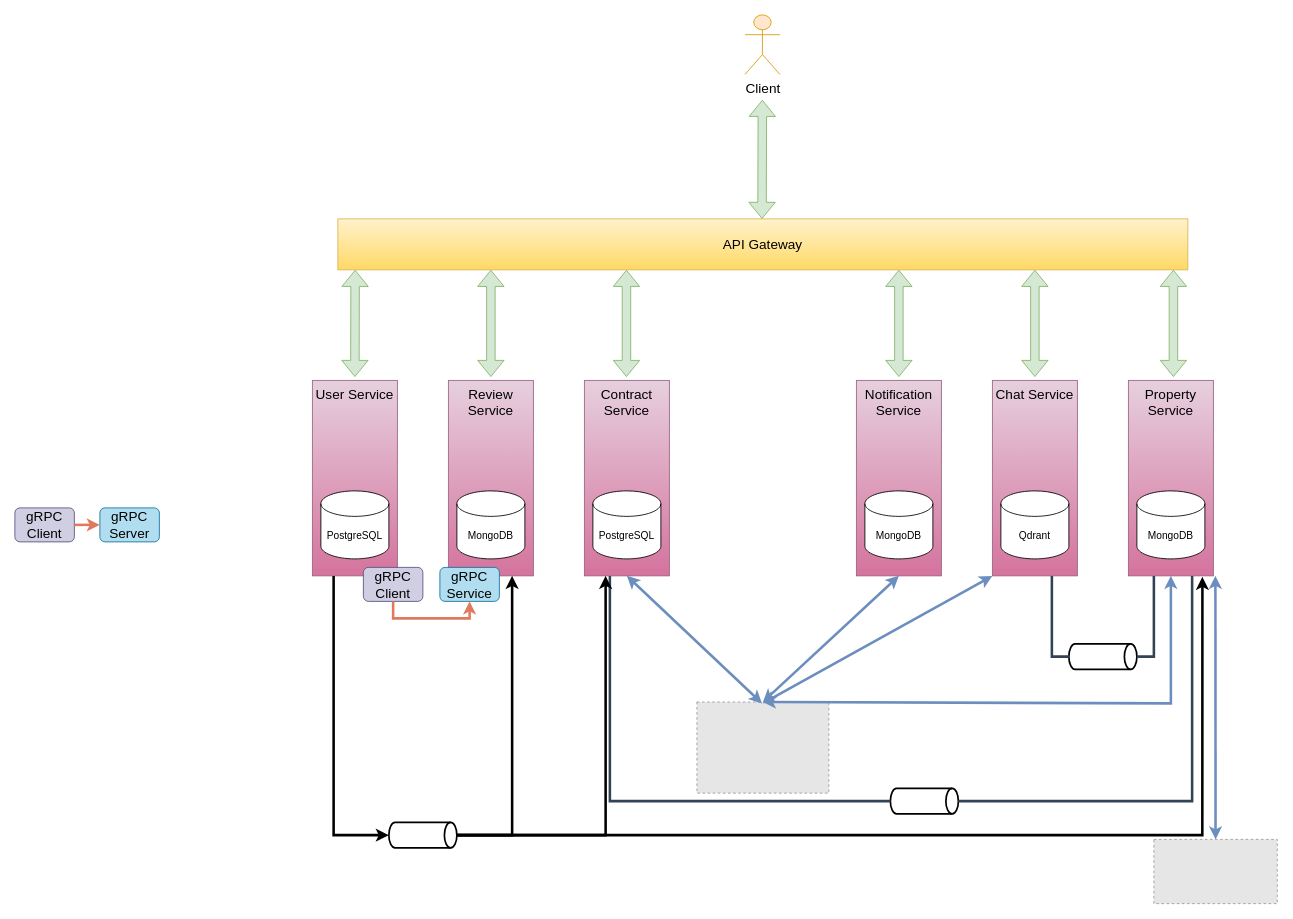
thaoanhhaa1/kltn-backend keeps this draw.io diagram as docs/KLTN_Architecture.drawio. Above is the earlier version. Source tidied: cells renumbered, new cells numbered last; positions are measured from the earlier drawing's top-left corner, leaving out a move shared by most shapes. Both pictures are drawn from the tidied source at 85%, with x=0, y=0 at pixel (14, 14). Pictures stored in the file or linked from it are replaced by grey dashed boxes.
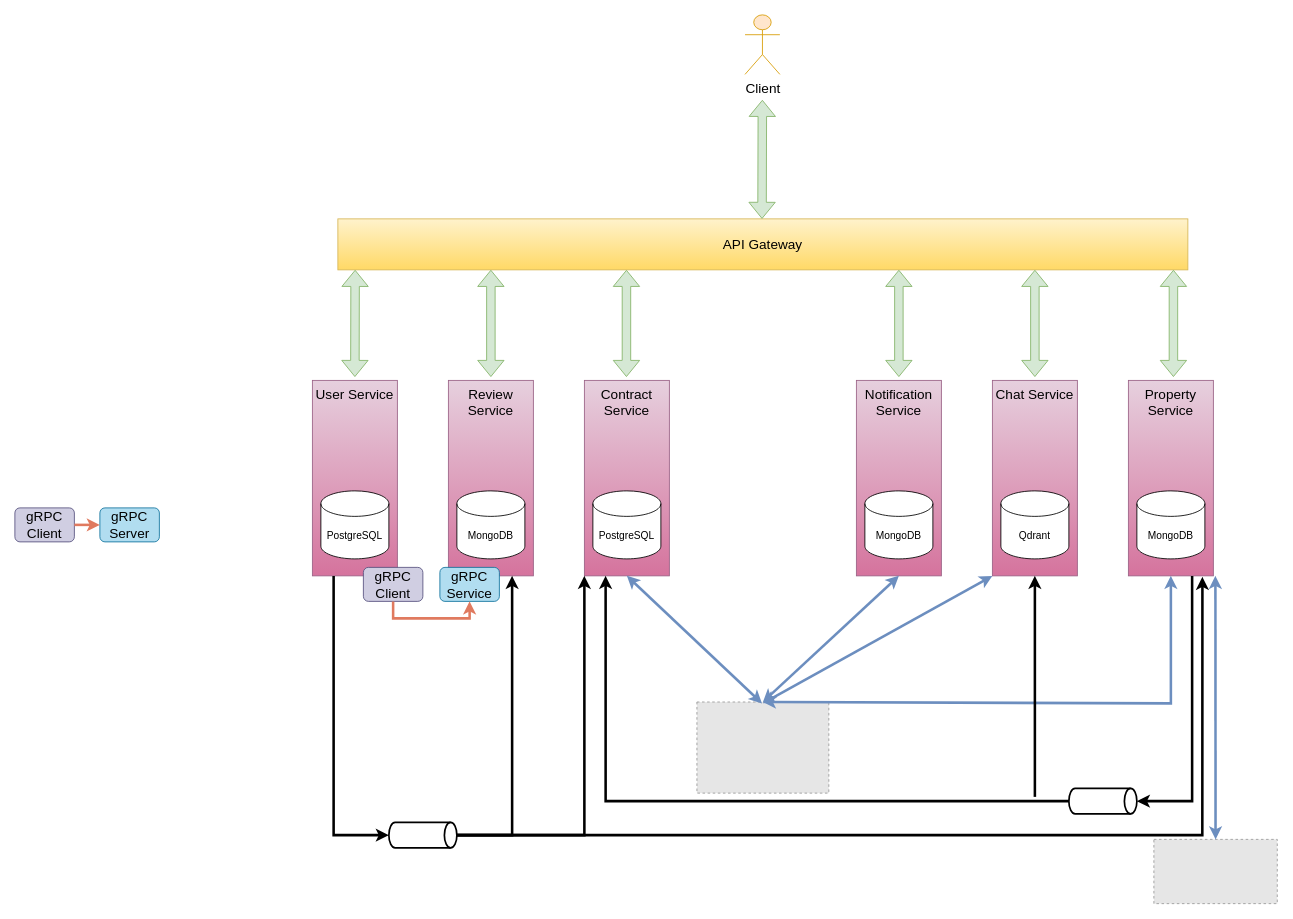
The same page after the edit.

The change refers to these unchanged cells:
```xml
<mxCell id="13" value="Contract Service" style="rounded=0;whiteSpace=wrap;html=1;strokeColor=#996185;fillColor=#e6d0de;fontSize=16;horizontal=1;verticalAlign=top;gradientColor=#d5739d;" parent="1" vertex="1">
  <mxGeometry x="670" y="430" width="100" height="230" as="geometry" />
</mxCell>
<mxCell id="14" value="Chat Service" style="rounded=0;whiteSpace=wrap;html=1;strokeColor=#996185;fillColor=#e6d0de;fontSize=16;horizontal=1;verticalAlign=top;gradientColor=#d5739d;" parent="1" vertex="1">
  <mxGeometry x="1150" y="430" width="100" height="230" as="geometry" />
</mxCell>
<mxCell id="15" value="Property Service" style="rounded=0;whiteSpace=wrap;html=1;strokeColor=#996185;fillColor=#e6d0de;fontSize=16;horizontal=1;verticalAlign=top;gradientColor=#d5739d;" parent="1" vertex="1">
  <mxGeometry x="1310" y="430" width="100" height="230" as="geometry" />
</mxCell>
<mxCell id="36" style="strokeWidth=2;html=1;shape=mxgraph.flowchart.direct_data;whiteSpace=wrap;" parent="1" vertex="1">
  <mxGeometry x="440" y="950" width="80" height="30" as="geometry" />
</mxCell>
```

What changed in the source:
```diff
@@
-    <mxCell id="37" style="strokeWidth=2;html=1;shape=mxgraph.flowchart.direct_data;whiteSpace=wrap;" parent="1" vertex="1">
-      <mxGeometry x="1240" y="740" width="80" height="30" as="geometry" />
-    </mxCell>
-    <mxCell id="38" style="endArrow=none;html=1;rounded=0;strokeWidth=3;entryX=0.75;entryY=1;entryDx=0;entryDy=0;fillColor=#647687;strokeColor=#314354;exitX=1;exitY=0.5;exitDx=0;exitDy=0;exitPerimeter=0;" parent="1" edge="1" source="37">
-      <mxGeometry relative="1" as="geometry">
-        <mxPoint x="1340" y="660" as="targetPoint" />
-        <Array as="points">
-          <mxPoint x="1340" y="755" />
-        </Array>
-      </mxGeometry>
-    </mxCell>
-    <mxCell id="39" style="endArrow=none;html=1;rounded=0;strokeWidth=3;entryX=0.75;entryY=1;entryDx=0;entryDy=0;fillColor=#647687;strokeColor=#314354;exitX=0;exitY=0.5;exitDx=0;exitDy=0;exitPerimeter=0;" parent="1" edge="1" source="37">
-      <mxGeometry relative="1" as="geometry">
-        <mxPoint x="1220" y="660" as="targetPoint" />
-        <Array as="points">
-          <mxPoint x="1220" y="755" />
-        </Array>
-      </mxGeometry>
-    </mxCell>
     <mxCell id="40" style="strokeWidth=2;html=1;shape=mxgraph.flowchart.direct_data;whiteSpace=wrap;" parent="1" vertex="1">
-      <mxGeometry x="1030" y="910" width="80" height="30" as="geometry" />
+      <mxGeometry x="1240" y="910" width="80" height="30" as="geometry" />
     </mxCell>
-    <mxCell id="41" style="endArrow=none;html=1;rounded=0;strokeWidth=3;fillColor=#647687;strokeColor=#314354;exitX=0;exitY=0.5;exitDx=0;exitDy=0;exitPerimeter=0;" parent="1" edge="1" source="40">
-      <mxGeometry relative="1" as="geometry">
-        <mxPoint x="700" y="660" as="targetPoint" />
-        <Array as="points">
-          <mxPoint x="700" y="925" />
-        </Array>
-      </mxGeometry>
-    </mxCell>
-    <mxCell id="42" style="endArrow=none;html=1;rounded=0;strokeWidth=3;fillColor=#647687;strokeColor=#314354;exitX=1;exitY=0.5;exitDx=0;exitDy=0;exitPerimeter=0;entryX=0.75;entryY=1;entryDx=0;entryDy=0;" parent="1" edge="1" source="40" target="15">
-      <mxGeometry relative="1" as="geometry">
-        <Array as="points">
-          <mxPoint x="1385" y="925" />
-        </Array>
-      </mxGeometry>
-    </mxCell>
@@
-    <mxCell id="45" style="endArrow=classic;html=1;rounded=0;strokeWidth=3;exitX=1;exitY=0.5;exitDx=0;exitDy=0;entryX=0.25;entryY=1;entryDx=0;entryDy=0;exitPerimeter=0;" parent="1" edge="1" source="36" target="13">
+    <mxCell id="45" style="endArrow=classic;html=1;rounded=0;strokeWidth=3;exitX=1;exitY=0.5;exitDx=0;exitDy=0;entryX=0;entryY=1;entryDx=0;entryDy=0;exitPerimeter=0;" parent="1" edge="1" source="36" target="13">
       <mxGeometry relative="1" as="geometry">
         <Array as="points">
-          <mxPoint x="695" y="965" />
+          <mxPoint x="670" y="965" />
         </Array>
       </mxGeometry>
     </mxCell>
@@
+    <mxCell id="47" style="endArrow=classic;html=1;rounded=0;strokeWidth=3;exitX=0.75;exitY=1;exitDx=0;exitDy=0;entryX=1;entryY=0.5;entryDx=0;entryDy=0;entryPerimeter=0;" parent="1" edge="1" source="15" target="40">
+      <mxGeometry relative="1" as="geometry">
+        <Array as="points">
+          <mxPoint x="1385" y="925" />
+        </Array>
+      </mxGeometry>
+    </mxCell>
+    <mxCell id="48" style="endArrow=classic;html=1;rounded=0;strokeWidth=3;exitX=0;exitY=0.5;exitDx=0;exitDy=0;entryX=0.25;entryY=1;entryDx=0;entryDy=0;exitPerimeter=0;" parent="1" edge="1" source="40" target="13">
+      <mxGeometry relative="1" as="geometry">
+        <Array as="points">
+          <mxPoint x="695" y="925" />
+        </Array>
+      </mxGeometry>
+    </mxCell>
+    <mxCell id="49" style="endArrow=classic;html=1;rounded=0;strokeWidth=3;entryX=0.5;entryY=1;entryDx=0;entryDy=0;" parent="1" edge="1" target="14">
+      <mxGeometry relative="1" as="geometry">
+        <mxPoint x="1200" y="920" as="sourcePoint" />
+      </mxGeometry>
+    </mxCell>
```
